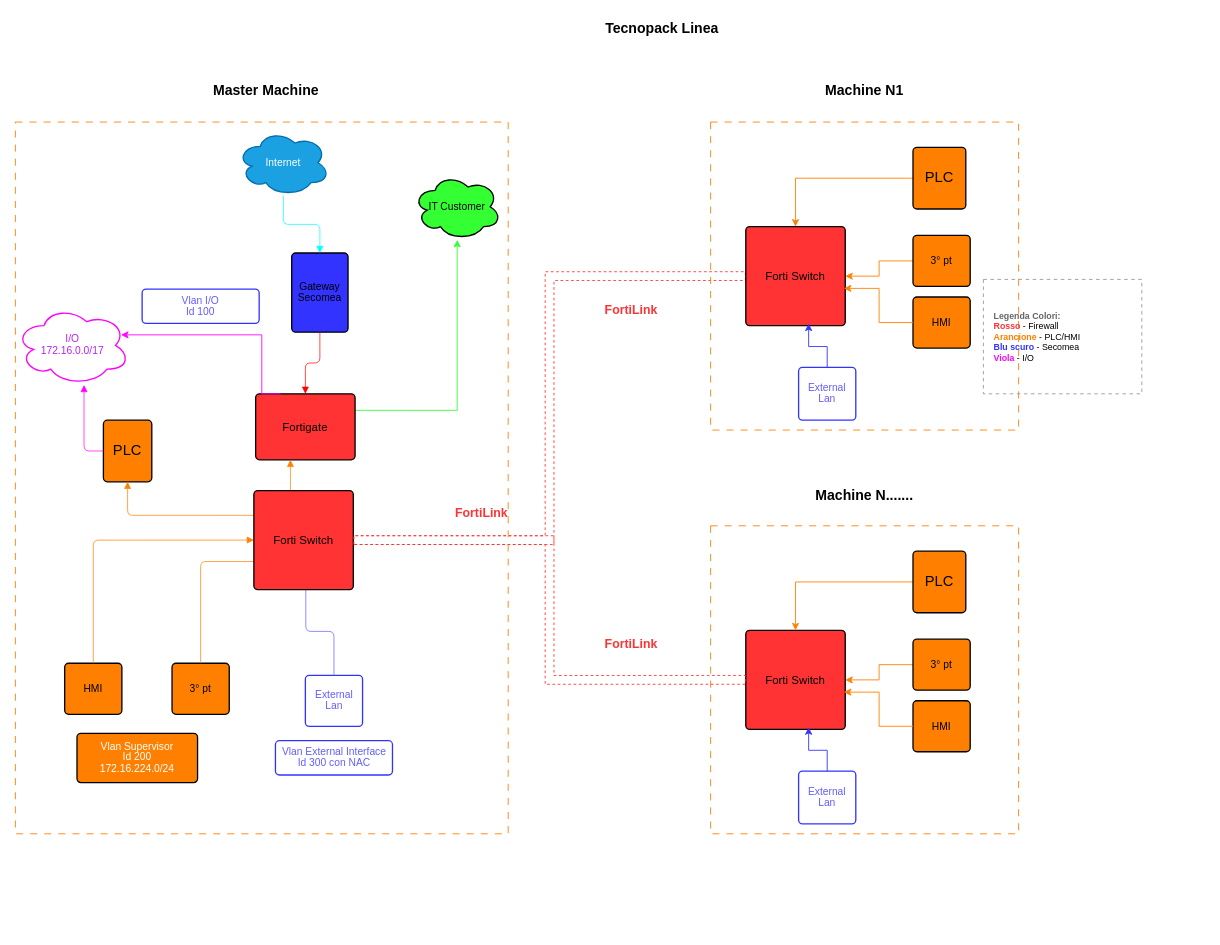
This is page "TP Linea" (3 of 3) of Fortinet Network Layout.drawio from DFFM-maker/Tecnopack_OTS_security, a draw.io file, before an edit. Source tidied: cells renumbered, new cells numbered last; positions are measured from the earlier drawing's top-left corner, leaving out a move shared by most shapes. Both pictures are drawn from the tidied source at 88%, with x=0, y=0 at pixel (15, 15).
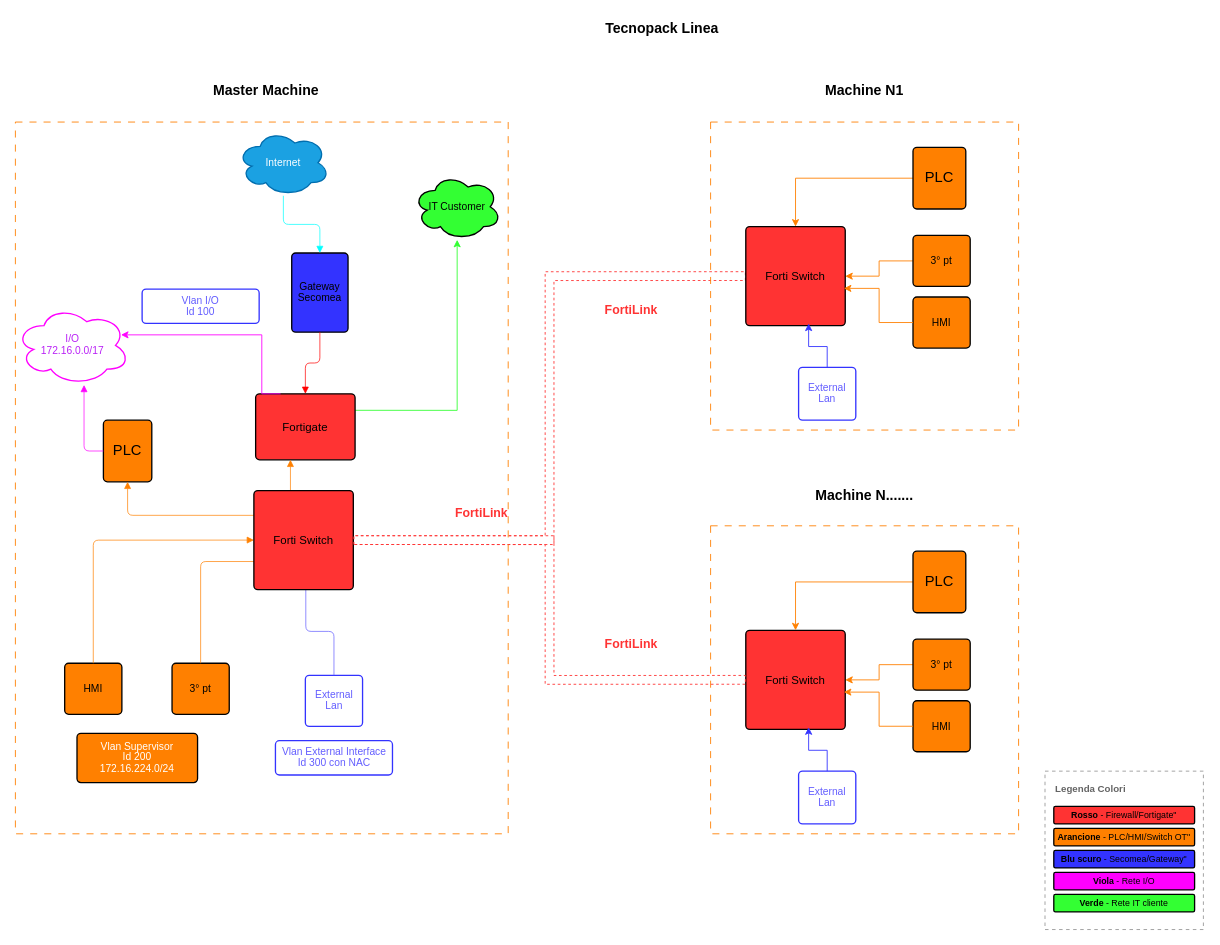
The same page after the edit.

Change to the diagram source:
```diff
@@
-    <mxCell id="54" style="rounded=0;whiteSpace=wrap;html=1;dashed=1;dashPattern=4 4;fillColor=none;strokeColor=#999999;" parent="1" vertex="1">
-      <mxGeometry x="1100" y="300" width="180" height="130" as="geometry" />
-    </mxCell>
-    <mxCell id="55" value="&lt;div style=&quot;text-align: left; font-size: 10px;&quot;&gt;&lt;span style=&quot;color: #666; font-weight: bold;&quot;&gt;Legenda Colori:&lt;/span&gt;&lt;br&gt;&lt;span style=&quot;color: #FF3333; font-weight: bold;&quot;&gt;Rosso&lt;/span&gt; - Firewall&lt;br&gt;&lt;span style=&quot;color: #FF8000; font-weight: bold;&quot;&gt;Arancione&lt;/span&gt; - PLC/HMI&lt;br&gt;&lt;span style=&quot;color: #3333FF; font-weight: bold;&quot;&gt;Blu scuro&lt;/span&gt; - Secomea&lt;br&gt;&lt;span style=&quot;color: #FF00FF; font-weight: bold;&quot;&gt;Viola&lt;/span&gt; - I/O&lt;/div&gt;" style="text;html=1;whiteSpace=wrap;strokeColor=none;fillColor=none;align=left;verticalAlign=middle;rounded=0;fontSize=9;" parent="1" vertex="1">
-      <mxGeometry x="1110" y="310" width="160" height="110" as="geometry" />
-    </mxCell>
+    <mxCell id="56" style="rounded=0;whiteSpace=wrap;html=1;dashed=1;dashPattern=4 4;fillColor=none;strokeColor=#999999;" parent="1" vertex="1">
+      <mxGeometry x="1170" y="858.8" width="180" height="180" as="geometry" />
+    </mxCell>
+    <mxCell id="57" value="&lt;font style=&quot;font-size: 11px; color: rgb(100, 100, 100);&quot;&gt;&lt;b&gt;Legenda Colori&lt;/b&gt;&lt;/font&gt;" style="text;html=1;whiteSpace=wrap;strokeColor=none;fillColor=none;align=left;verticalAlign=middle;rounded=0;fontSize=10;fontStyle=1;" parent="1" vertex="1">
+      <mxGeometry x="1180" y="868.8" width="160" height="20" as="geometry" />
+    </mxCell>
+    <mxCell id="58" value="&lt;font style=&quot;font-size: 10px;&quot;&gt;&lt;b&gt;Rosso&lt;/b&gt; - Firewall/Fortigate&quot;" style="html=1;overflow=block;blockSpacing=1;whiteSpace=wrap;strokeOpacity=100;fillOpacity=100;rounded=1;arcSize=9;strokeWidth=1.5;fillColor=#FF3333;" parent="1" vertex="1">
+      <mxGeometry x="1180" y="898.8" width="160" height="20" as="geometry" />
+    </mxCell>
+    <mxCell id="59" value="&lt;font style=&quot;font-size: 10px;&quot;&gt;&lt;b&gt;Arancione&lt;/b&gt; - PLC/HMI/Switch OT&quot;" style="html=1;overflow=block;blockSpacing=1;whiteSpace=wrap;strokeOpacity=100;fillOpacity=100;rounded=1;arcSize=9;strokeWidth=1.5;fillColor=#FF8000;" parent="1" vertex="1">
+      <mxGeometry x="1180" y="923.8" width="160" height="20" as="geometry" />
+    </mxCell>
+    <mxCell id="60" value="&lt;font style=&quot;font-size: 10px;&quot;&gt;&lt;b&gt;Blu scuro&lt;/b&gt; - Secomea/Gateway&quot;" style="html=1;overflow=block;blockSpacing=1;whiteSpace=wrap;strokeOpacity=100;fillOpacity=100;rounded=1;arcSize=9;strokeWidth=1.5;fillColor=#3333FF;" parent="1" vertex="1">
+      <mxGeometry x="1180" y="948.8" width="160" height="20" as="geometry" />
+    </mxCell>
+    <mxCell id="61" value="&lt;font style=&quot;font-size: 10px;&quot;&gt;&lt;b&gt;Viola&lt;/b&gt; - Rete I/O&lt;/font&gt;" style="html=1;overflow=block;blockSpacing=1;whiteSpace=wrap;strokeOpacity=100;fillOpacity=100;rounded=1;arcSize=9;strokeWidth=1.5;fillColor=#FF00FF;" parent="1" vertex="1">
+      <mxGeometry x="1180" y="973.8" width="160" height="20" as="geometry" />
+    </mxCell>
+    <mxCell id="62" value="&lt;font style=&quot;font-size: 10px;&quot;&gt;&lt;b&gt;Verde&lt;/b&gt; - Rete IT cliente&lt;/font&gt;" style="html=1;overflow=block;blockSpacing=1;whiteSpace=wrap;strokeOpacity=100;fillOpacity=100;rounded=1;arcSize=9;strokeWidth=1.5;fillColor=#33FF33;" parent="1" vertex="1">
+      <mxGeometry x="1180" y="998.8" width="160" height="20" as="geometry" />
+    </mxCell>
```
